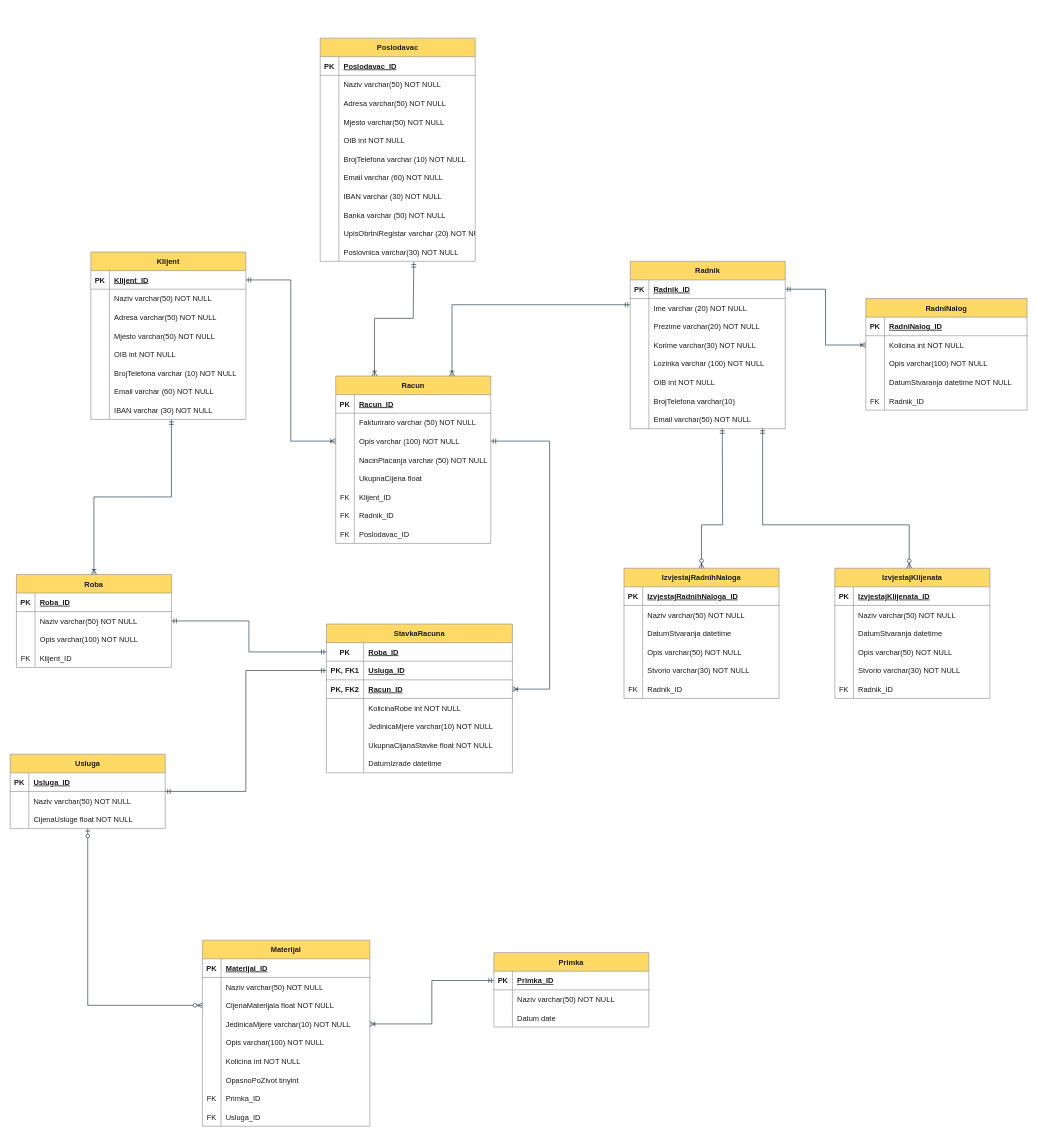
Earlier version of the draw.io diagram Documentation/Slike/ERA Model/ZMG_Desktop_ERA_Model.drawio (foivz/rpp22-sbicak20-sarbutina20-pbuzic20-zbelina20). Source tidied: cells renumbered, new cells numbered last; positions are measured from the earlier drawing's top-left corner, leaving out a move shared by most shapes. Both pictures are drawn from the tidied source at 62%, with x=0, y=0 at pixel (10, 38).
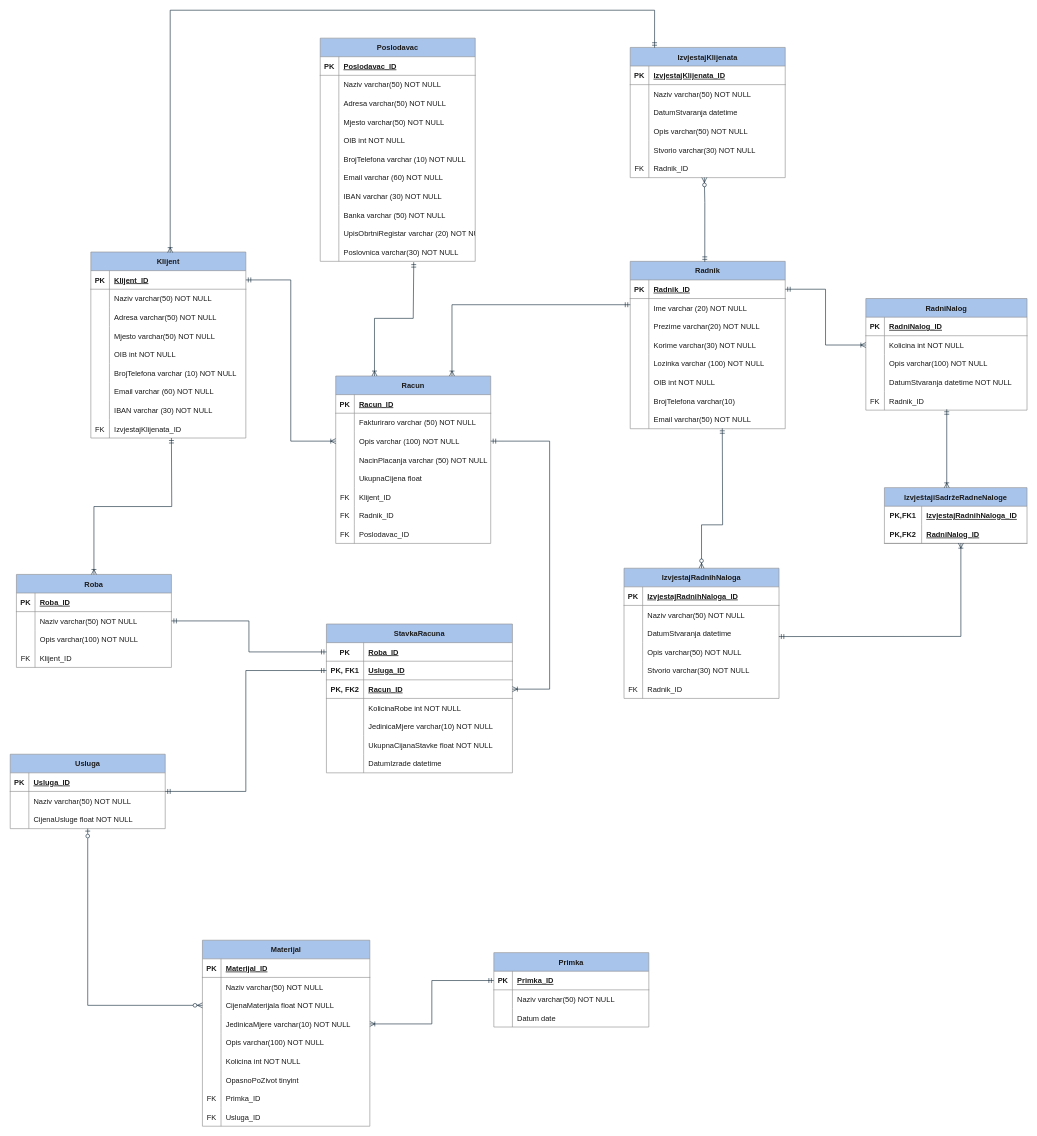
After the change.

The change refers to these unchanged cells:
```xml
<mxCell id="9" style="shape=partialRectangle;fillColor=none;points=[[0,0.5],[1,0.5]];portConstraint=eastwest;top=0;left=0;right=0;bottom=0;rounded=0;strokeColor=#909090;fontColor=#1A1A1A;" parent="2" vertex="1">
  <mxGeometry y="90" width="250" height="30" as="geometry" />
</mxCell>
<mxCell id="34" style="shape=tableRow;horizontal=0;startSize=0;swimlaneHead=0;swimlaneBody=0;fillColor=none;points=[[0,0.5],[1,0.5]];portConstraint=eastwest;top=0;left=0;right=0;bottom=0;rounded=0;strokeColor=#909090;fontColor=#1A1A1A;" parent="21" vertex="1">
  <mxGeometry y="150" width="260" height="30" as="geometry" />
</mxCell>
<mxCell id="192" style="shape=tableRow;horizontal=0;startSize=0;swimlaneHead=0;swimlaneBody=0;fillColor=none;points=[[0,0.5],[1,0.5]];portConstraint=eastwest;top=0;left=0;right=0;bottom=0;rounded=0;strokeColor=#909090;fontColor=#1A1A1A;" parent="170" vertex="1">
  <mxGeometry y="240" width="250" height="30" as="geometry" />
</mxCell>
<mxCell id="245" style="shape=tableRow;horizontal=0;startSize=0;swimlaneHead=0;swimlaneBody=0;fillColor=none;points=[[0,0.5],[1,0.5]];portConstraint=eastwest;top=0;left=0;right=0;bottom=0;rounded=0;strokeColor=#909090;fontColor=#1A1A1A;" parent="229" vertex="1">
  <mxGeometry y="180" width="250" height="30" as="geometry" />
</mxCell>
```

The edit, as a diff of the source:
```diff
@@
-    <mxCell id="2" value="IzvjestajRadnihNaloga" style="shape=table;startSize=30;childLayout=tableLayout;rowLines=0;fontStyle=1;align=center;rounded=0;fillColor=#FFD966;strokeColor=#909090;fontColor=#1A1A1A;" parent="1" vertex="1">
+    <mxCell id="2" value="IzvjestajRadnihNaloga" style="shape=table;startSize=30;childLayout=tableLayout;rowLines=0;fontStyle=1;align=center;rounded=0;fillColor=#A9C4EB;strokeColor=#909090;fontColor=#1A1A1A;" parent="1" vertex="1">
       <mxGeometry x="990" y="855" width="250" height="210" as="geometry" />
     </mxCell>
@@
-    <mxCell id="21" value="RadniNalog" style="shape=table;startSize=30;childLayout=tableLayout;rowLines=0;fontStyle=1;align=center;rounded=0;fillColor=#FFD966;strokeColor=#909090;fontColor=#1A1A1A;" parent="1" vertex="1">
+    <mxCell id="21" value="RadniNalog" style="shape=table;startSize=30;childLayout=tableLayout;rowLines=0;fontStyle=1;align=center;rounded=0;fillColor=#A9C4EB;strokeColor=#909090;fontColor=#1A1A1A;" parent="1" vertex="1">
       <mxGeometry x="1380" y="420" width="260" height="180" as="geometry" />
     </mxCell>
@@
-    <mxCell id="37" value="Roba" style="shape=table;startSize=30;childLayout=tableLayout;rowLines=0;fontStyle=1;align=center;rounded=0;fillColor=#FFD966;strokeColor=#909090;fontColor=#1A1A1A;" parent="1" vertex="1">
+    <mxCell id="37" value="Roba" style="shape=table;startSize=30;childLayout=tableLayout;rowLines=0;fontStyle=1;align=center;rounded=0;fillColor=#A9C4EB;strokeColor=#909090;fontColor=#1A1A1A;" parent="1" vertex="1">
       <mxGeometry x="10" y="865" width="250" height="150" as="geometry" />
     </mxCell>
@@
-    <mxCell id="50" value="Materijal" style="shape=table;startSize=30;childLayout=tableLayout;rowLines=0;fontStyle=1;align=center;rounded=0;fillColor=#FFD966;strokeColor=#909090;fontColor=#1A1A1A;" parent="1" vertex="1">
+    <mxCell id="50" value="Materijal" style="shape=table;startSize=30;childLayout=tableLayout;rowLines=0;fontStyle=1;align=center;rounded=0;fillColor=#A9C4EB;strokeColor=#909090;fontColor=#1A1A1A;" parent="1" vertex="1">
       <mxGeometry x="310" y="1455" width="270" height="300" as="geometry" />
     </mxCell>
@@
-    <mxCell id="78" value="Racun" style="shape=table;startSize=30;childLayout=tableLayout;rowLines=0;fontStyle=1;align=center;rounded=0;fillColor=#FFD966;strokeColor=#909090;fontColor=#1A1A1A;" parent="1" vertex="1">
+    <mxCell id="78" value="Racun" style="shape=table;startSize=30;childLayout=tableLayout;rowLines=0;fontStyle=1;align=center;rounded=0;fillColor=#A9C4EB;strokeColor=#909090;fontColor=#1A1A1A;" parent="1" vertex="1">
       <mxGeometry x="525" y="545" width="250" height="270" as="geometry" />
     </mxCell>
@@
-    <mxCell id="103" value="Radnik" style="shape=table;startSize=30;childLayout=tableLayout;rowLines=0;fontStyle=1;align=center;rounded=0;fillColor=#FFD966;strokeColor=#909090;fontColor=#1A1A1A;" parent="1" vertex="1">
+    <mxCell id="103" value="Radnik" style="shape=table;startSize=30;childLayout=tableLayout;rowLines=0;fontStyle=1;align=center;rounded=0;fillColor=#A9C4EB;strokeColor=#909090;fontColor=#1A1A1A;" parent="1" vertex="1">
       <mxGeometry x="1000" y="360" width="250" height="270" as="geometry" />
     </mxCell>
@@
-    <mxCell id="128" value="Primka" style="shape=table;startSize=30;childLayout=tableLayout;rowLines=0;fontStyle=1;align=center;rounded=0;fillColor=#FFD966;strokeColor=#909090;fontColor=#1A1A1A;" parent="1" vertex="1">
+    <mxCell id="128" value="Primka" style="shape=table;startSize=30;childLayout=tableLayout;rowLines=0;fontStyle=1;align=center;rounded=0;fillColor=#A9C4EB;strokeColor=#909090;fontColor=#1A1A1A;" parent="1" vertex="1">
       <mxGeometry x="780" y="1475" width="250" height="120" as="geometry" />
     </mxCell>
@@
-    <mxCell id="138" value="Usluga" style="shape=table;startSize=30;childLayout=tableLayout;rowLines=0;fontStyle=1;align=center;rounded=0;fillColor=#FFD966;strokeColor=#909090;fontColor=#1A1A1A;" parent="1" vertex="1">
+    <mxCell id="138" value="Usluga" style="shape=table;startSize=30;childLayout=tableLayout;rowLines=0;fontStyle=1;align=center;rounded=0;fillColor=#A9C4EB;strokeColor=#909090;fontColor=#1A1A1A;" parent="1" vertex="1">
       <mxGeometry y="1155" width="250" height="120" as="geometry" />
     </mxCell>
@@
-    <mxCell id="148" value="StavkaRacuna" style="shape=table;startSize=30;childLayout=tableLayout;rowLines=0;fontStyle=1;align=center;rounded=0;fillColor=#FFD966;strokeColor=#909090;fontColor=#1A1A1A;" parent="1" vertex="1">
+    <mxCell id="148" value="StavkaRacuna" style="shape=table;startSize=30;childLayout=tableLayout;rowLines=0;fontStyle=1;align=center;rounded=0;fillColor=#A9C4EB;strokeColor=#909090;fontColor=#1A1A1A;" parent="1" vertex="1">
       <mxGeometry x="510" y="945" width="300" height="240" as="geometry" />
     </mxCell>
@@
-    <mxCell id="170" value="Klijent" style="shape=table;startSize=30;childLayout=tableLayout;rowLines=0;fontStyle=1;align=center;rounded=0;fillColor=#FFD966;strokeColor=#909090;fontColor=#1A1A1A;" parent="1" vertex="1">
-      <mxGeometry x="130" y="345" width="250" height="270" as="geometry" />
+    <mxCell id="170" value="Klijent" style="shape=table;startSize=30;childLayout=tableLayout;rowLines=0;fontStyle=1;align=center;rounded=0;fillColor=#A9C4EB;strokeColor=#909090;fontColor=#1A1A1A;" parent="1" vertex="1">
+      <mxGeometry x="130" y="345" width="250" height="300" as="geometry" />
     </mxCell>
@@
+    <mxCell id="260" style="shape=tableRow;horizontal=0;startSize=0;swimlaneHead=0;swimlaneBody=0;fillColor=none;top=0;left=0;right=0;bottom=0;strokeColor=#909090;fontColor=#1A1A1A;" parent="170" vertex="1">
+      <mxGeometry y="270" width="250" height="30" as="geometry" />
+    </mxCell>
+    <mxCell id="261" value="FK" style="shape=partialRectangle;fillColor=none;top=0;left=0;bottom=0;right=0;fontStyle=0;overflow=hidden;strokeColor=#909090;fontColor=#1A1A1A;" parent="260" vertex="1">
+      <mxGeometry width="30" height="30" as="geometry" />
+    </mxCell>
+    <mxCell id="262" value="IzvjestajKlijenata_ID" style="shape=partialRectangle;fillColor=none;top=0;left=0;bottom=0;right=0;align=left;spacingLeft=6;fontStyle=0;overflow=hidden;strokeColor=#909090;fontColor=#1A1A1A;" parent="260" vertex="1">
+      <mxGeometry x="30" width="220" height="30" as="geometry" />
+    </mxCell>
-    <mxCell id="195" value="Poslodavac" style="shape=table;startSize=30;childLayout=tableLayout;rowLines=0;fontStyle=1;align=center;rounded=0;fillColor=#FFD966;strokeColor=#909090;fontColor=#1A1A1A;" parent="1" vertex="1">
+    <mxCell id="195" value="Poslodavac" style="shape=table;startSize=30;childLayout=tableLayout;rowLines=0;fontStyle=1;align=center;rounded=0;fillColor=#A9C4EB;strokeColor=#909090;fontColor=#1A1A1A;" parent="1" vertex="1">
       <mxGeometry x="500" width="250" height="360" as="geometry" />
     </mxCell>
@@
-    <mxCell id="229" value="IzvjestajKlijenata" style="shape=table;startSize=30;childLayout=tableLayout;rowLines=0;fontStyle=1;align=center;rounded=0;fillColor=#FFD966;strokeColor=#909090;fontColor=#1A1A1A;" parent="1" vertex="1">
-      <mxGeometry x="1330" y="855" width="250" height="210" as="geometry" />
+    <mxCell id="229" value="IzvjestajKlijenata" style="shape=table;startSize=30;childLayout=tableLayout;rowLines=0;fontStyle=1;align=center;rounded=0;fillColor=#A9C4EB;strokeColor=#909090;fontColor=#1A1A1A;" parent="1" vertex="1">
+      <mxGeometry x="1000" y="15" width="250" height="210" as="geometry" />
     </mxCell>
@@
-    <mxCell id="251" style="edgeStyle=orthogonalEdgeStyle;fontSize=12;html=1;endArrow=ERoneToMany;startArrow=ERmandOne;rounded=0;entryX=0.5;entryY=0;entryDx=0;entryDy=0;exitX=0.52;exitY=1;exitDx=0;exitDy=0;exitPerimeter=0;labelBackgroundColor=#EEEEEE;strokeColor=#182E3E;fontColor=#1A1A1A;" parent="1" edge="1" source="192" target="37">
-      <mxGeometry relative="1" as="geometry" />
+    <mxCell id="251" style="edgeStyle=orthogonalEdgeStyle;fontSize=12;html=1;endArrow=ERoneToMany;startArrow=ERmandOne;rounded=0;entryX=0.5;entryY=0;entryDx=0;entryDy=0;labelBackgroundColor=#EEEEEE;strokeColor=#182E3E;fontColor=#1A1A1A;" parent="1" edge="1" target="37">
+      <mxGeometry relative="1" as="geometry">
+        <mxPoint x="260" y="645" as="sourcePoint" />
+      </mxGeometry>
     </mxCell>
@@
-    <mxCell id="259" style="edgeStyle=orthogonalEdgeStyle;fontSize=12;html=1;endArrow=ERzeroToMany;startArrow=ERmandOne;rounded=0;exitX=0.594;exitY=0.978;exitDx=0;exitDy=0;exitPerimeter=0;labelBackgroundColor=#EEEEEE;strokeColor=#182E3E;fontColor=#1A1A1A;" parent="1" edge="1">
+    <mxCell id="259" style="edgeStyle=orthogonalEdgeStyle;fontSize=12;html=1;endArrow=ERzeroToMany;startArrow=ERmandOne;rounded=0;exitX=0.481;exitY=0.003;exitDx=0;exitDy=0;labelBackgroundColor=#EEEEEE;strokeColor=#182E3E;fontColor=#1A1A1A;entryX=0.478;entryY=0.993;entryDx=0;entryDy=0;entryPerimeter=0;exitPerimeter=0;" parent="1" edge="1" source="103" target="245">
       <mxGeometry relative="1" as="geometry">
-        <mxPoint x="1213.5" y="629.3" as="sourcePoint" />
-        <mxPoint x="1450" y="855" as="targetPoint" />
         <Array as="points">
-          <mxPoint x="1214" y="785" />
-          <mxPoint x="1450" y="785" />
-          <mxPoint x="1450" y="855" />
+          <mxPoint x="1120" y="265" />
+          <mxPoint x="1120" y="265" />
         </Array>
       </mxGeometry>
     </mxCell>
+    <mxCell id="263" value="IzvještajiSadržeRadneNaloge" style="shape=table;startSize=30;childLayout=tableLayout;rowLines=0;fontStyle=1;align=center;fillColor=#A9C4EB;strokeColor=#909090;fontColor=#1A1A1A;" parent="1" vertex="1">
+      <mxGeometry x="1410" y="725" width="230" height="90" as="geometry" />
+    </mxCell>
+    <mxCell id="264" style="shape=tableRow;horizontal=0;startSize=0;swimlaneHead=0;swimlaneBody=0;fillColor=none;top=0;left=0;right=0;bottom=0;strokeColor=#909090;fontColor=#1A1A1A;" parent="263" vertex="1">
+      <mxGeometry y="30" width="230" height="30" as="geometry" />
+    </mxCell>
+    <mxCell id="265" value="PK,FK1" style="shape=partialRectangle;fillColor=none;top=0;left=0;bottom=0;right=0;fontStyle=1;overflow=hidden;strokeColor=#909090;fontColor=#1A1A1A;" parent="264" vertex="1">
+      <mxGeometry width="60" height="30" as="geometry" />
+    </mxCell>
+    <mxCell id="266" value="IzvjestajRadnihNaloga_ID" style="shape=partialRectangle;fillColor=none;top=0;left=0;bottom=0;right=0;align=left;spacingLeft=6;fontStyle=5;overflow=hidden;strokeColor=#909090;fontColor=#1A1A1A;" parent="264" vertex="1">
+      <mxGeometry x="60" width="170" height="30" as="geometry" />
+    </mxCell>
+    <mxCell id="267" style="shape=tableRow;horizontal=0;startSize=0;swimlaneHead=0;swimlaneBody=0;fillColor=none;points=[[0,0.5],[1,0.5]];portConstraint=eastwest;top=0;left=0;right=0;bottom=1;strokeColor=#909090;fontColor=#1A1A1A;" parent="263" vertex="1">
+      <mxGeometry y="60" width="230" height="30" as="geometry" />
+    </mxCell>
+    <mxCell id="268" value="PK,FK2" style="shape=partialRectangle;fillColor=none;top=0;left=0;bottom=0;right=0;fontStyle=1;overflow=hidden;strokeColor=#909090;fontColor=#1A1A1A;" parent="267" vertex="1">
+      <mxGeometry width="60" height="30" as="geometry" />
+    </mxCell>
+    <mxCell id="269" value="RadniNalog_ID" style="shape=partialRectangle;fillColor=none;top=0;left=0;bottom=0;right=0;align=left;spacingLeft=6;fontStyle=5;overflow=hidden;strokeColor=#909090;fontColor=#1A1A1A;" parent="267" vertex="1">
+      <mxGeometry x="60" width="170" height="30" as="geometry" />
+    </mxCell>
+    <mxCell id="270" style="edgeStyle=orthogonalEdgeStyle;fontSize=12;html=1;endArrow=ERoneToMany;startArrow=ERmandOne;rounded=0;exitX=0.999;exitY=0.673;exitDx=0;exitDy=0;entryX=0.536;entryY=0.989;entryDx=0;entryDy=0;labelBackgroundColor=#EEEEEE;strokeColor=#182E3E;fontColor=#1A1A1A;entryPerimeter=0;exitPerimeter=0;" parent="1" edge="1" source="9" target="267">
+      <mxGeometry relative="1" as="geometry">
+        <Array as="points">
+          <mxPoint x="1242" y="965" />
+          <mxPoint x="1533" y="965" />
+        </Array>
+      </mxGeometry>
+    </mxCell>
+    <mxCell id="271" style="edgeStyle=orthogonalEdgeStyle;fontSize=12;html=1;endArrow=ERoneToMany;startArrow=ERmandOne;rounded=0;entryX=0.437;entryY=0.003;entryDx=0;entryDy=0;labelBackgroundColor=#EEEEEE;strokeColor=#182E3E;fontColor=#1A1A1A;entryPerimeter=0;exitX=0.5;exitY=0.954;exitDx=0;exitDy=0;exitPerimeter=0;" parent="1" edge="1" source="34" target="263">
+      <mxGeometry relative="1" as="geometry">
+        <Array as="points">
+          <mxPoint x="1510" y="725" />
+        </Array>
+      </mxGeometry>
+    </mxCell>
+    <mxCell id="272" style="edgeStyle=orthogonalEdgeStyle;fontSize=12;html=1;endArrow=ERoneToMany;startArrow=ERmandOne;rounded=0;entryX=0.512;entryY=0.003;entryDx=0;entryDy=0;labelBackgroundColor=#EEEEEE;strokeColor=#182E3E;fontColor=#1A1A1A;entryPerimeter=0;exitX=0.157;exitY=0.002;exitDx=0;exitDy=0;exitPerimeter=0;" parent="1" edge="1" source="229" target="170">
+      <mxGeometry relative="1" as="geometry">
+        <Array as="points">
+          <mxPoint x="1039" y="-45" />
+          <mxPoint x="258" y="-45" />
+        </Array>
+      </mxGeometry>
+    </mxCell>
```
